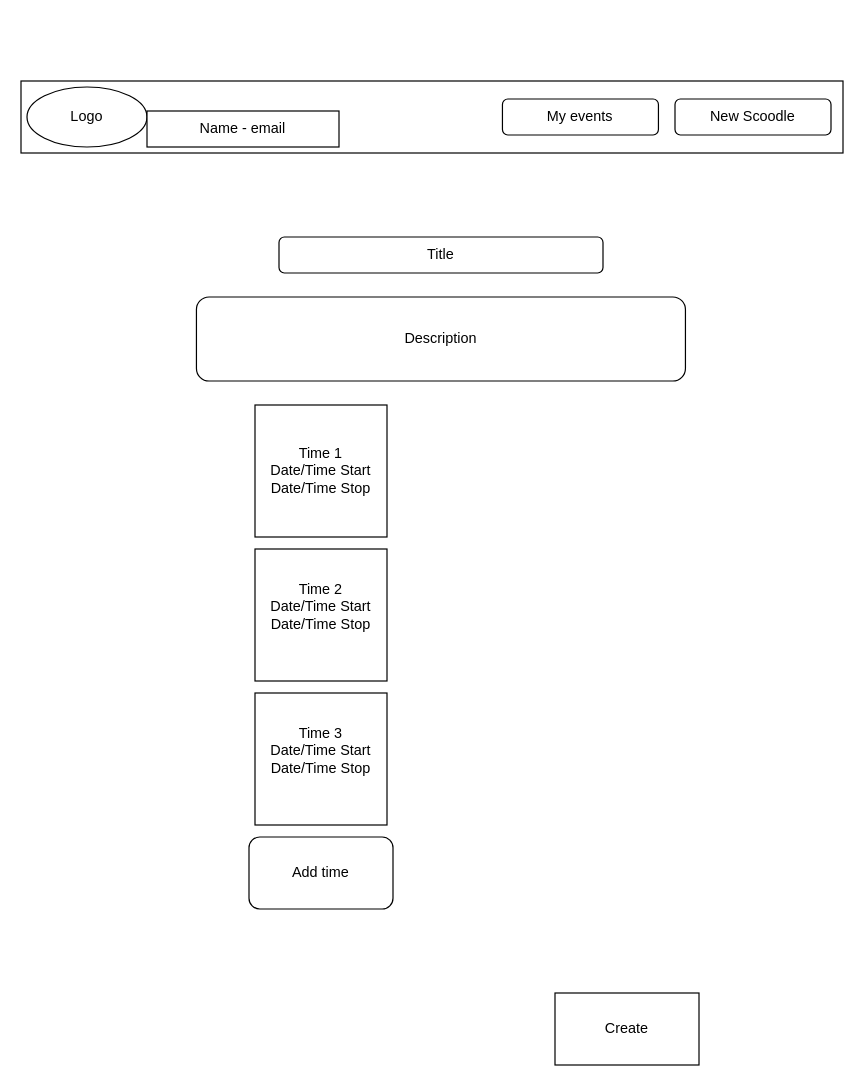
Before: page "Create Event Page" (3 of 3) of docs/planning/Scoodle_Wireframe.drawio in jeff-sexton/schoodle, a draw.io diagram. Source tidied: cells renumbered, new cells numbered last; positions are measured from the earlier drawing's top-left corner, leaving out a move shared by most shapes. Both pictures are drawn from the tidied source at 120%, with x=0, y=0 at pixel (20, 80).
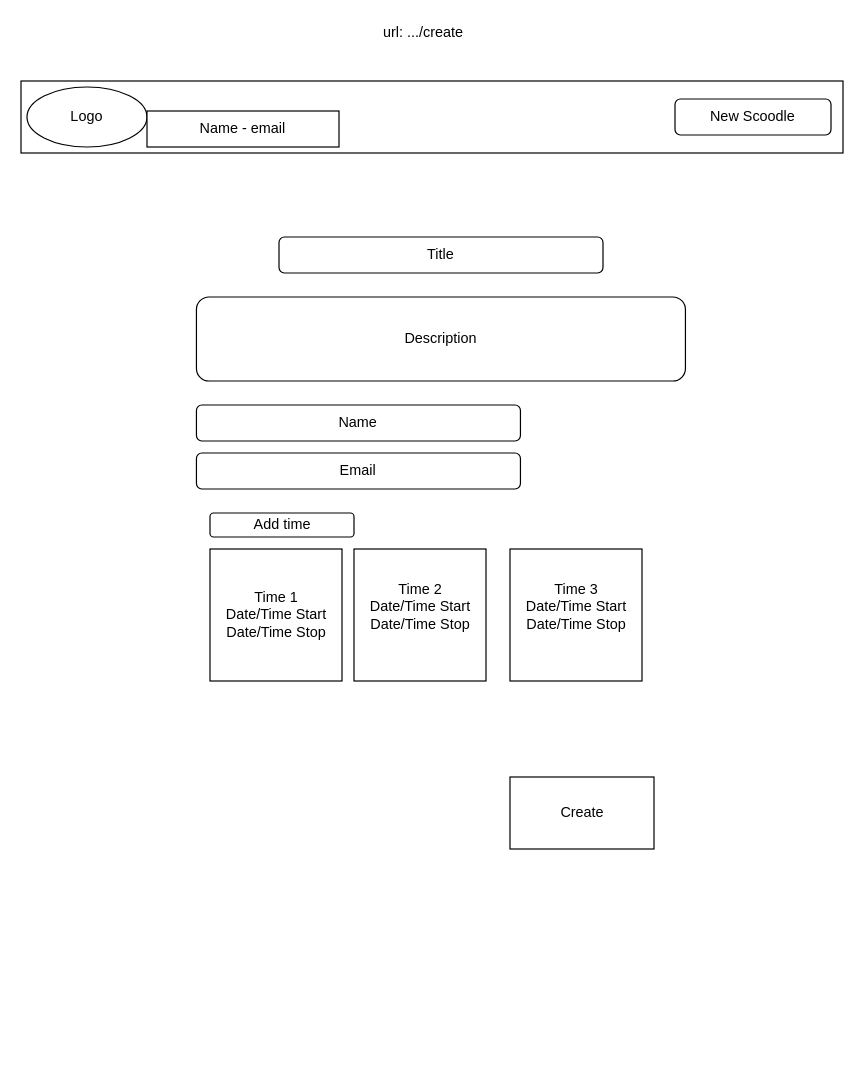
After the change.

What changed in the source:
```diff
@@
 <mxGraphModel>
   <root>
     <mxCell id="0" />
     <mxCell id="1" parent="0" />
     <mxCell id="2" value="Time 1&lt;br&gt;Date/Time Start&lt;br&gt;Date/Time Stop&lt;br&gt;" style="whiteSpace=wrap;html=1;" parent="1" vertex="1">
-      <mxGeometry x="195" y="270" width="110" height="110" as="geometry" />
+      <mxGeometry x="157.5" y="390" width="110" height="110" as="geometry" />
     </mxCell>
     <mxCell id="3" value="Title" style="rounded=1;whiteSpace=wrap;html=1;" parent="1" vertex="1">
       <mxGeometry x="215" y="130" width="270" height="30" as="geometry" />
     </mxCell>
     <mxCell id="4" value="Description" style="rounded=1;whiteSpace=wrap;html=1;" parent="1" vertex="1">
       <mxGeometry x="146.2" y="180" width="407.5" height="70" as="geometry" />
     </mxCell>
     <mxCell id="5" value="Time 2&lt;br&gt;Date/Time Start&lt;br&gt;Date/Time Stop&lt;br&gt;&lt;br&gt;" style="whiteSpace=wrap;html=1;" parent="1" vertex="1">
-      <mxGeometry x="195" y="390" width="110" height="110" as="geometry" />
+      <mxGeometry x="277.5" y="390" width="110" height="110" as="geometry" />
     </mxCell>
     <mxCell id="6" value="Time 3&lt;br&gt;Date/Time Start&lt;br&gt;Date/Time Stop&lt;br&gt;&lt;br&gt;" style="whiteSpace=wrap;html=1;" parent="1" vertex="1">
-      <mxGeometry x="195" y="510" width="110" height="110" as="geometry" />
+      <mxGeometry x="407.5" y="390" width="110" height="110" as="geometry" />
     </mxCell>
     <mxCell id="7" style="rounded=0;whiteSpace=wrap;html=1;" parent="1" vertex="1">
       <mxGeometry width="685" height="60" as="geometry" />
     </mxCell>
     <mxCell id="8" value="New Scoodle" style="rounded=1;whiteSpace=wrap;html=1;" parent="1" vertex="1">
       <mxGeometry x="545" y="15" width="130" height="30" as="geometry" />
     </mxCell>
     <mxCell id="9" value="Logo" style="ellipse;whiteSpace=wrap;html=1;" parent="1" vertex="1">
       <mxGeometry x="5" y="5" width="100" height="50" as="geometry" />
     </mxCell>
-    <mxCell id="10" value="My events" style="rounded=1;whiteSpace=wrap;html=1;" parent="1" vertex="1">
-      <mxGeometry x="401.2" y="15" width="130" height="30" as="geometry" />
-    </mxCell>
     <mxCell id="11" value="Name - email" style="rounded=0;whiteSpace=wrap;html=1;" parent="1" vertex="1">
       <mxGeometry x="105" y="25" width="160" height="30" as="geometry" />
     </mxCell>
     <mxCell id="12" value="Add time" style="rounded=1;whiteSpace=wrap;html=1;" parent="1" vertex="1">
-      <mxGeometry x="190" y="630" width="120" height="60" as="geometry" />
+      <mxGeometry x="157.5" y="360" width="120" height="20" as="geometry" />
     </mxCell>
     <mxCell id="13" value="Create" style="rounded=0;whiteSpace=wrap;html=1;" parent="1" vertex="1">
-      <mxGeometry x="445" y="760" width="120" height="60" as="geometry" />
+      <mxGeometry x="407.5" y="580" width="120" height="60" as="geometry" />
     </mxCell>
+    <mxCell id="14" value="Email" style="rounded=1;whiteSpace=wrap;html=1;" parent="1" vertex="1">
+      <mxGeometry x="146.2" y="310" width="270" height="30" as="geometry" />
+    </mxCell>
+    <mxCell id="15" value="Name" style="rounded=1;whiteSpace=wrap;html=1;" parent="1" vertex="1">
+      <mxGeometry x="146.2" y="270" width="270" height="30" as="geometry" />
+    </mxCell>
+    <mxCell id="16" value="url: .../create" style="text;html=1;align=center;verticalAlign=middle;fillColor=none;strokeColor=none;rounded=0;" parent="1" vertex="1">
+      <mxGeometry x="295" y="-50" width="80" height="20" as="geometry" />
+    </mxCell>
   </root>
 </mxGraphModel>
```
